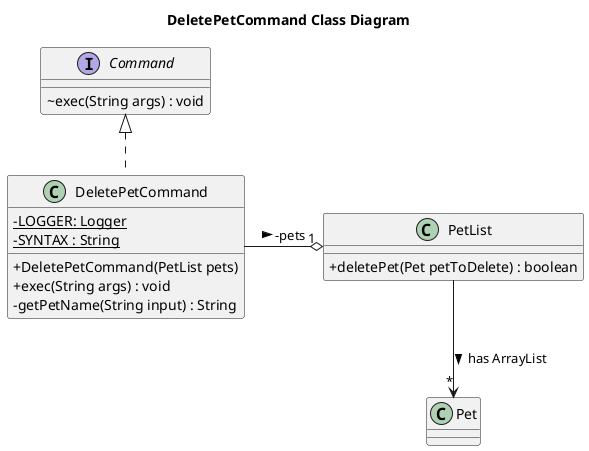
Before: docs/diagrams/DeletePetCommand_Class_Diagram.png, a diagram exported from PlantUML (Kevin88866/tp).
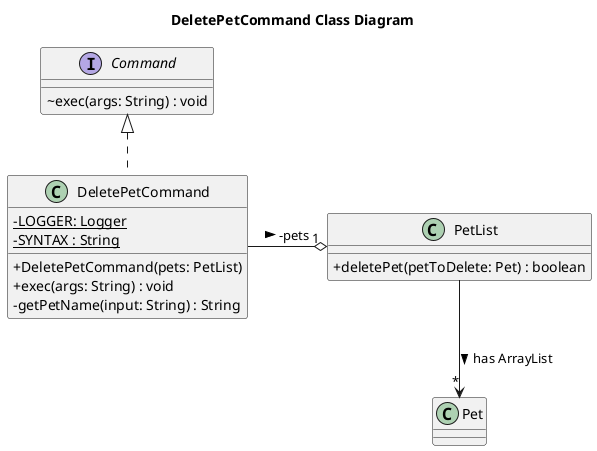
The same diagram one commit later.

Commit message:
Fix errors in Class Diagram

The edit, as a diff of the source:
```diff
@@ -3,19 +3,19 @@
 title DeletePetCommand Class Diagram
 
 interface Command {
-    ~ exec(String args) : void
+    ~ exec(args: String) : void
 }
 
 class DeletePetCommand {
     - {static} LOGGER: Logger
     - {static} SYNTAX : String
-    + DeletePetCommand(PetList pets)
-    + exec(String args) : void
-    - getPetName(String input) : String
+    + DeletePetCommand(pets: PetList)
+    + exec(args: String) : void
+    - getPetName(input: String) : String
 }
 
 class PetList {
-    + deletePet(Pet petToDelete) : boolean
+    + deletePet(petToDelete: Pet) : boolean
 }
 
 class Pet {
```
